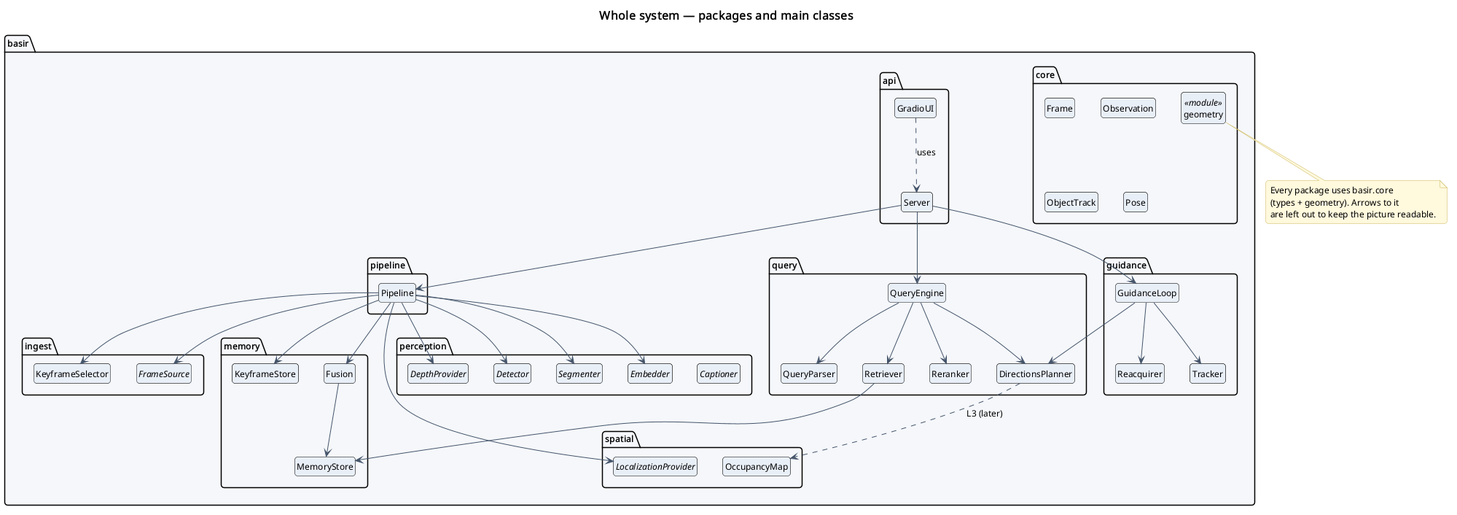
This is software_engineering/4_class_diagrams/system_overview.png from omarTBakr/Basir, a PlantUML export, as it was before one commit. Its diagram source:
```plantuml
@startuml
!include ../_style.iuml
title Whole system — packages and main classes

package "basir.api" {
  class Server
  class GradioUI
}
package "basir.pipeline" {
  class Pipeline
}
package "basir.ingest" {
  interface FrameSource
  class KeyframeSelector
}
package "basir.perception" {
  interface Detector
  interface Segmenter
  interface Embedder
  interface DepthProvider
  interface Captioner
}
package "basir.spatial" {
  interface LocalizationProvider
  class OccupancyMap
}
package "basir.memory" {
  class MemoryStore
  class Fusion
  class KeyframeStore
}
package "basir.query" {
  class QueryEngine
  class QueryParser
  class Retriever
  class Reranker
  class DirectionsPlanner
}
package "basir.guidance" {
  class GuidanceLoop
  class Reacquirer
  class Tracker
}
package "basir.core" {
  class Frame
  class Observation
  class ObjectTrack
  class Pose
  class geometry <<module>>
}

Server --> Pipeline
Server --> QueryEngine
Server --> GuidanceLoop
GradioUI ..> Server : uses
Pipeline --> FrameSource
Pipeline --> KeyframeSelector
Pipeline --> Detector
Pipeline --> Segmenter
Pipeline --> Embedder
Pipeline --> DepthProvider
Pipeline --> LocalizationProvider
Pipeline --> Fusion
Fusion --> MemoryStore
Pipeline --> KeyframeStore
QueryEngine --> QueryParser
QueryEngine --> Retriever
QueryEngine --> Reranker
QueryEngine --> DirectionsPlanner
Retriever --> MemoryStore
GuidanceLoop --> DirectionsPlanner
GuidanceLoop --> Reacquirer
GuidanceLoop --> Tracker
DirectionsPlanner ..> OccupancyMap : L3 (later)

note bottom of geometry
  Every package uses basir.core
  (types + geometry). Arrows to it
  are left out to keep the picture readable.
end note
@enduml
```
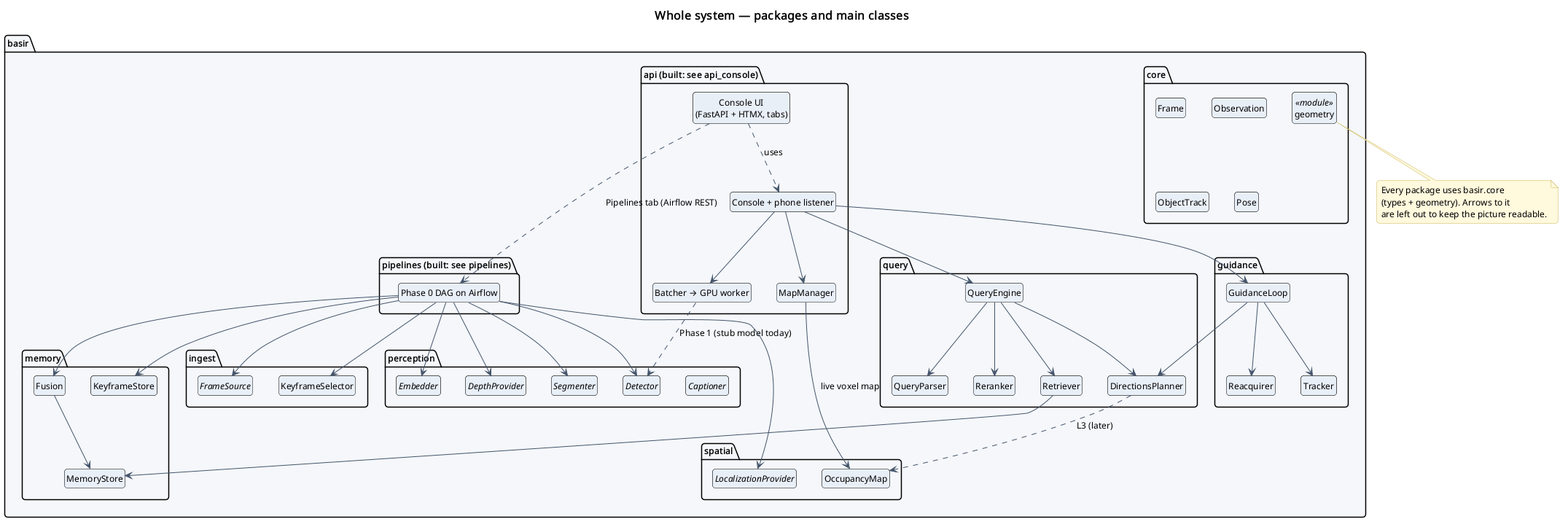
After the commit.

The edit, as a diff of the source:
```diff
@@ -2,12 +2,14 @@
 !include ../_style.iuml
 title Whole system — packages and main classes
 
-package "basir.api" {
-  class Server
-  class GradioUI
+package "basir.api (built: see api_console)" {
+  class "Console + phone listener" as Server
+  class "Console UI\n(FastAPI + HTMX, tabs)" as GradioUI
+  class "Batcher → GPU worker" as Batcher
+  class "MapManager" as MapManager
 }
-package "basir.pipeline" {
-  class Pipeline
+package "basir.pipelines (built: see pipelines)" {
+  class "Phase 0 DAG on Airflow" as Pipeline
 }
 package "basir.ingest" {
   interface FrameSource
@@ -49,10 +51,14 @@
   class geometry <<module>>
 }
 
-Server --> Pipeline
+Server --> Batcher
+Server --> MapManager
 Server --> QueryEngine
 Server --> GuidanceLoop
 GradioUI ..> Server : uses
+GradioUI ..> Pipeline : Pipelines tab (Airflow REST)
+Batcher ..> Detector : Phase 1 (stub model today)
+MapManager --> OccupancyMap : live voxel map
 Pipeline --> FrameSource
 Pipeline --> KeyframeSelector
 Pipeline --> Detector
```
